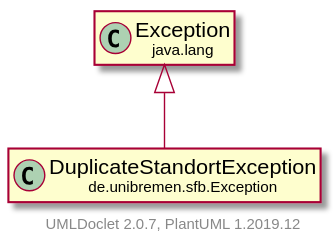
The PlantUML diagram doc/UML/modulsichtSVG/DuplicateStandortException.svg in fkehlenb/softwareprojekt-2, before a commit.
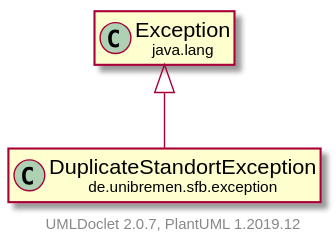
The same diagram one commit later.

Change to the diagram source:
```diff
@@ -3,11 +3,11 @@
     hide empty fields
     hide empty methods
 
-    class "<size:14>DuplicateStandortException\n<size:10>de.unibremen.sfb.Exception" as de.unibremen.sfb.Exception.DuplicateStandortException [[DuplicateStandortException.html]]
+    class "<size:14>DuplicateStandortException\n<size:10>de.unibremen.sfb.exception" as de.unibremen.sfb.exception.DuplicateStandortException [[DuplicateStandortException.html]]
 
-    class "<size:14>Exception\n<size:10>java.lang" as java.lang.Exception [[https://docs.oracle.com/en/java/javase/11/docs/api/java.base/java/lang/Exception.html?is-external=true]]
+    class "<size:14>exception\n<size:10>java.lang" as java.lang.exception [[https://docs.oracle.com/en/java/javase/11/docs/api/java.base/java/lang/Exception.html?is-external=true]]
 
-    java.lang.Exception <|-- de.unibremen.sfb.Exception.DuplicateStandortException
+    java.lang.exception <|-- de.unibremen.sfb.exception.DuplicateStandortException
 
     center footer UMLDoclet 2.0.7, PlantUML 1.2019.12
 @enduml
```
